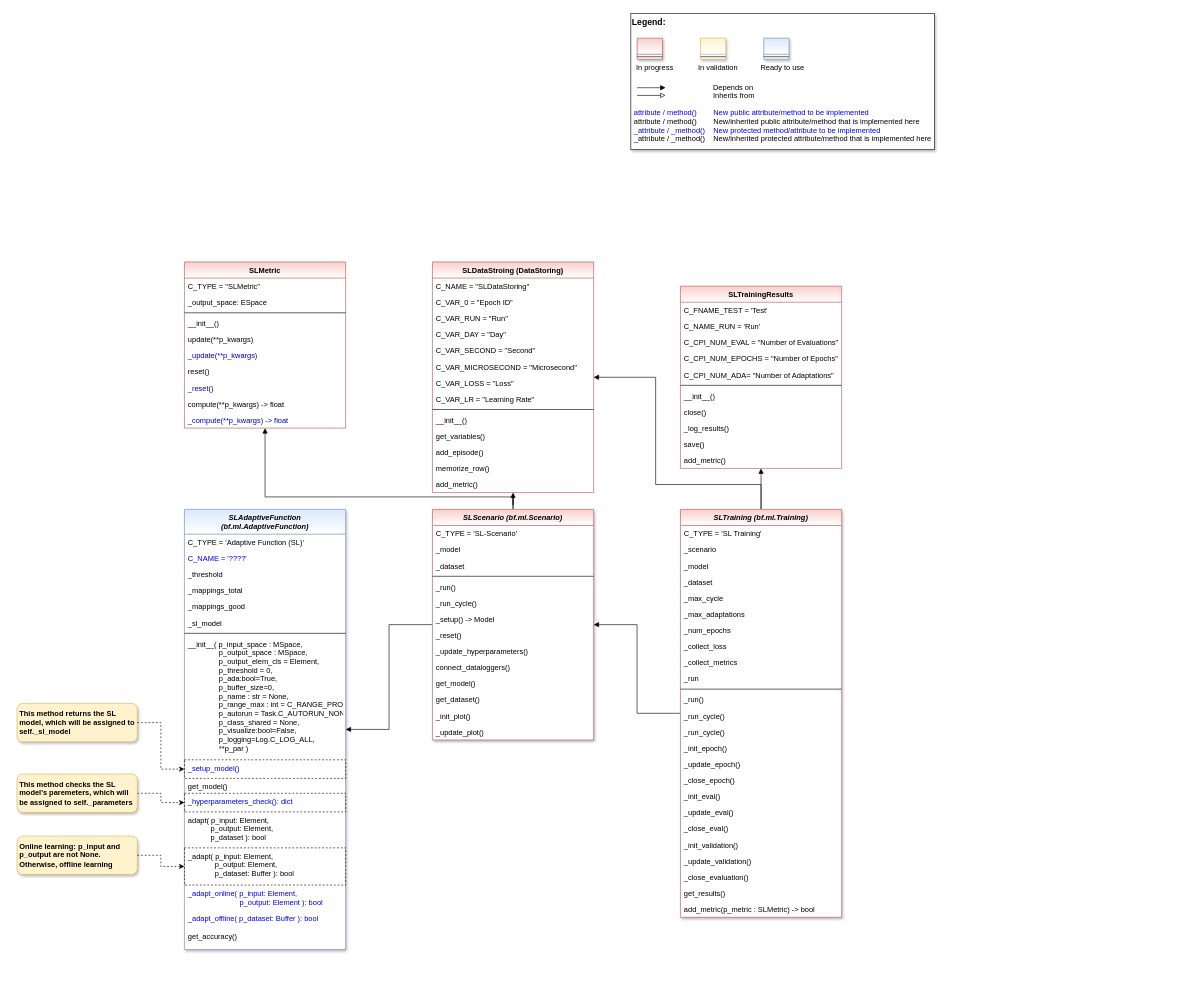
The draw.io diagram doc/rtd/content/04_appendices/appendix2/sub/core/mlpro_sl/images/MLPro-SL-Basics_class_diagram.drawio in fhswf/MLPro, before the edit. Source tidied: cells renumbered, new cells numbered last; positions are measured from the earlier drawing's top-left corner, leaving out a move shared by most shapes. Both pictures are drawn from the tidied source at 62%, with x=0, y=0 at pixel (17, 13).
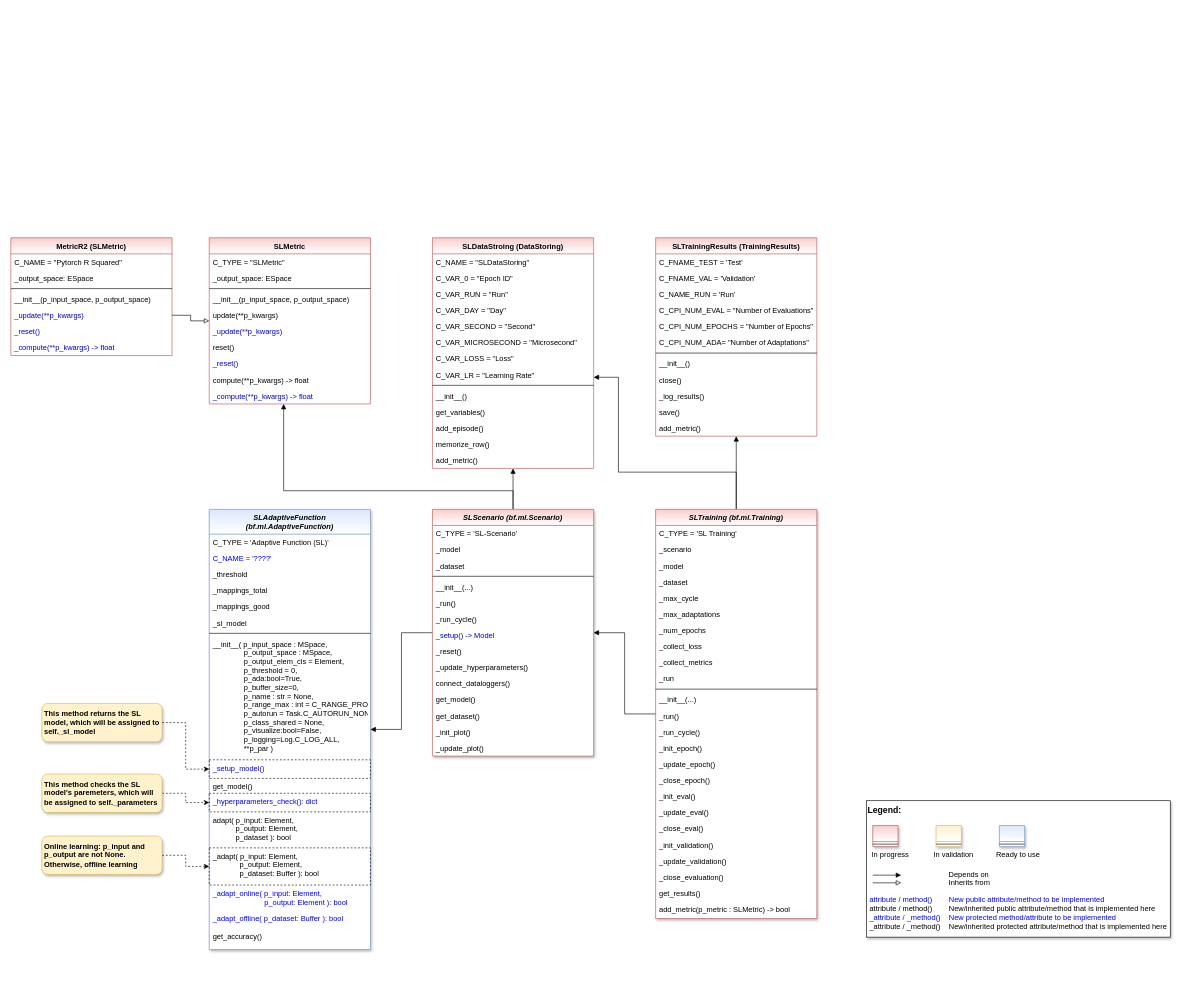
Above is the later version.

Diff of the diagram source:
```diff
@@
     <mxCell id="2" style="edgeStyle=orthogonalEdgeStyle;rounded=0;jettySize=auto;html=1;endArrow=block;endFill=1;" parent="1" edge="1" source="61" target="109">
       <mxGeometry relative="1" as="geometry">
         <Array as="points">
-          <mxPoint x="800" y="780" />
-          <mxPoint x="400" y="780" />
+          <mxPoint x="800" y="770" />
+          <mxPoint x="430" y="770" />
         </Array>
       </mxGeometry>
     </mxCell>
     <mxCell id="3" value="SLAdaptiveFunction &#10;(bf.ml.AdaptiveFunction)" style="swimlane;fontStyle=3;align=center;verticalAlign=top;horizontal=1;startSize=40;rounded=0;shadow=1;strokeWidth=1;fillColor=#dae8fc;strokeColor=#6c8ebf;gradientColor=#ffffff;swimlaneFillColor=#ffffff;" parent="1" vertex="1">
-      <mxGeometry x="270" y="800" width="260" height="710" as="geometry" />
+      <mxGeometry x="310" y="800" width="260" height="710" as="geometry" />
     </mxCell>
@@
     <mxCell id="22" style="edgeStyle=orthogonalEdgeStyle;rounded=0;jettySize=auto;html=1;endArrow=block;endFill=1;" parent="1" edge="1" source="23" target="94">
       <mxGeometry relative="1" as="geometry">
         <Array as="points">
-          <mxPoint x="1200" y="760" />
-          <mxPoint x="1030" y="760" />
-          <mxPoint x="1030" y="587" />
+          <mxPoint x="1160" y="740" />
+          <mxPoint x="970" y="740" />
+          <mxPoint x="970" y="587" />
         </Array>
       </mxGeometry>
     </mxCell>
     <mxCell id="23" value="SLTraining (bf.ml.Training)" style="swimlane;fontStyle=3;align=center;verticalAlign=top;horizontal=1;startSize=26;rounded=0;shadow=1;strokeWidth=1;fillColor=#f8cecc;strokeColor=#b85450;swimlaneFillColor=#ffffff;gradientColor=#ffffff;" parent="1" vertex="1">
-      <mxGeometry x="1070" y="800" width="260" height="658" as="geometry" />
+      <mxGeometry x="1030" y="800" width="260" height="660" as="geometry" />
     </mxCell>
@@
+    <mxCell id="120" value="__init__(...)" style="text;align=left;verticalAlign=top;spacingLeft=4;spacingRight=4;overflow=hidden;" parent="23" vertex="1">
+      <mxGeometry y="294" width="260" height="26" as="geometry" />
+    </mxCell>
     <mxCell id="35" value="_run()" style="text;align=left;verticalAlign=top;spacingLeft=4;spacingRight=4;overflow=hidden;" parent="23" vertex="1">
-      <mxGeometry y="294" width="260" height="26" as="geometry" />
+      <mxGeometry y="320" width="260" height="26" as="geometry" />
     </mxCell>
     <mxCell id="36" value="_run_cycle()" style="text;align=left;verticalAlign=top;spacingLeft=4;spacingRight=4;overflow=hidden;" parent="23" vertex="1">
-      <mxGeometry y="320" width="260" height="26" as="geometry" />
+      <mxGeometry y="346" width="260" height="26" as="geometry" />
     </mxCell>
-    <mxCell id="37" value="_run_cycle()" style="text;align=left;verticalAlign=top;spacingLeft=4;spacingRight=4;overflow=hidden;" parent="23" vertex="1">
-      <mxGeometry y="346" width="260" height="26" as="geometry" />
-    </mxCell>
@@
     <mxCell id="49" style="group;" parent="1" vertex="1">
-      <mxGeometry x="990" width="490" height="220" as="geometry" />
+      <mxGeometry x="1370" y="1270" width="490" height="220" as="geometry" />
     </mxCell>
@@
     <mxCell id="61" value="SLScenario (bf.ml.Scenario)" style="swimlane;fontStyle=3;align=center;verticalAlign=top;horizontal=1;startSize=26;rounded=0;shadow=1;strokeWidth=1;fillColor=#f8cecc;strokeColor=#b85450;swimlaneFillColor=#ffffff;gradientColor=#ffffff;" parent="1" vertex="1">
-      <mxGeometry x="670" y="800" width="260" height="372" as="geometry" />
+      <mxGeometry x="670" y="800" width="260" height="398" as="geometry" />
     </mxCell>
@@
+    <mxCell id="121" value="__init__(...)" style="text;align=left;verticalAlign=top;spacingLeft=4;spacingRight=4;overflow=hidden;" parent="61" vertex="1">
+      <mxGeometry y="112" width="260" height="26" as="geometry" />
+    </mxCell>
     <mxCell id="66" value="_run()" style="text;align=left;verticalAlign=top;spacingLeft=4;spacingRight=4;overflow=hidden;" parent="61" vertex="1">
-      <mxGeometry y="112" width="260" height="26" as="geometry" />
+      <mxGeometry y="138" width="260" height="26" as="geometry" />
     </mxCell>
     <mxCell id="67" value="_run_cycle()" style="text;align=left;verticalAlign=top;spacingLeft=4;spacingRight=4;overflow=hidden;" parent="61" vertex="1">
-      <mxGeometry y="138" width="260" height="26" as="geometry" />
+      <mxGeometry y="164" width="260" height="26" as="geometry" />
     </mxCell>
-    <mxCell id="68" value="_setup() -&gt; Model" style="text;align=left;verticalAlign=top;spacingLeft=4;spacingRight=4;overflow=hidden;" parent="61" vertex="1">
-      <mxGeometry y="164" width="260" height="26" as="geometry" />
+    <mxCell id="68" value="_setup() -&gt; Model" style="text;align=left;verticalAlign=top;spacingLeft=4;spacingRight=4;overflow=hidden;fontColor=#0000CC;" parent="61" vertex="1">
+      <mxGeometry y="190" width="260" height="26" as="geometry" />
     </mxCell>
     <mxCell id="69" value="_reset()" style="text;align=left;verticalAlign=top;spacingLeft=4;spacingRight=4;overflow=hidden;" parent="61" vertex="1">
-      <mxGeometry y="190" width="260" height="26" as="geometry" />
+      <mxGeometry y="216" width="260" height="26" as="geometry" />
     </mxCell>
     <mxCell id="70" value="_update_hyperparameters()" style="text;align=left;verticalAlign=top;spacingLeft=4;spacingRight=4;overflow=hidden;" parent="61" vertex="1">
-      <mxGeometry y="216" width="260" height="26" as="geometry" />
+      <mxGeometry y="242" width="260" height="26" as="geometry" />
     </mxCell>
     <mxCell id="71" value="connect_dataloggers()" style="text;align=left;verticalAlign=top;spacingLeft=4;spacingRight=4;overflow=hidden;" parent="61" vertex="1">
-      <mxGeometry y="242" width="260" height="26" as="geometry" />
+      <mxGeometry y="268" width="260" height="26" as="geometry" />
     </mxCell>
     <mxCell id="72" value="get_model()" style="text;align=left;verticalAlign=top;spacingLeft=4;spacingRight=4;overflow=hidden;" parent="61" vertex="1">
-      <mxGeometry y="268" width="260" height="26" as="geometry" />
+      <mxGeometry y="294" width="260" height="26" as="geometry" />
     </mxCell>
     <mxCell id="73" value="get_dataset()" style="text;align=left;verticalAlign=top;spacingLeft=4;spacingRight=4;overflow=hidden;" parent="61" vertex="1">
-      <mxGeometry y="294" width="260" height="26" as="geometry" />
+      <mxGeometry y="320" width="260" height="26" as="geometry" />
     </mxCell>
     <mxCell id="74" value="_init_plot()" style="text;align=left;verticalAlign=top;spacingLeft=4;spacingRight=4;overflow=hidden;" parent="61" vertex="1">
-      <mxGeometry y="320" width="260" height="26" as="geometry" />
+      <mxGeometry y="346" width="260" height="26" as="geometry" />
     </mxCell>
     <mxCell id="75" value="_update_plot()" style="text;align=left;verticalAlign=top;spacingLeft=4;spacingRight=4;overflow=hidden;" parent="61" vertex="1">
-      <mxGeometry y="346" width="260" height="26" as="geometry" />
+      <mxGeometry y="372" width="260" height="26" as="geometry" />
     </mxCell>
     <mxCell id="76" value="This method returns the SL model, which will be assigned to self._sl_model" style="rounded=1;whiteSpace=wrap;html=1;fillColor=#fff2cc;strokeColor=#d6b656;shadow=1;fontStyle=1;align=left;spacingLeft=2;" parent="1" vertex="1">
-      <mxGeometry y="1113" width="194" height="62" as="geometry" />
+      <mxGeometry x="40" y="1113" width="194" height="62" as="geometry" />
     </mxCell>
@@
     <mxCell id="78" value="Online learning: p_input and p_output are not None.&lt;br&gt;Otherwise, offline learning" style="rounded=1;whiteSpace=wrap;html=1;fillColor=#fff2cc;strokeColor=#d6b656;shadow=1;fontStyle=1;align=left;spacingLeft=2;" parent="1" vertex="1">
-      <mxGeometry y="1327" width="194" height="62" as="geometry" />
+      <mxGeometry x="40" y="1327" width="194" height="62" as="geometry" />
     </mxCell>
@@
     <mxCell id="81" value="This method checks the SL model's paremeters, which will be assigned to self._parameters" style="rounded=1;whiteSpace=wrap;html=1;fillColor=#fff2cc;strokeColor=#d6b656;shadow=1;fontStyle=1;align=left;spacingLeft=2;" parent="1" vertex="1">
-      <mxGeometry y="1227" width="194" height="62" as="geometry" />
+      <mxGeometry x="40" y="1227" width="194" height="62" as="geometry" />
     </mxCell>
-    <mxCell id="82" value="SLTrainingResults" style="swimlane;fontStyle=1;align=center;verticalAlign=top;horizontal=1;startSize=26;fillColor=#f8cecc;strokeColor=#b85450;gradientColor=#FFFFFF;" parent="1" vertex="1">
-      <mxGeometry x="1070" y="440" width="260" height="294" as="geometry" />
+    <mxCell id="82" value="SLTrainingResults (TrainingResults)" style="swimlane;fontStyle=1;align=center;verticalAlign=top;horizontal=1;startSize=26;fillColor=#f8cecc;strokeColor=#b85450;gradientColor=#FFFFFF;swimlaneFillColor=default;" parent="1" vertex="1">
+      <mxGeometry x="1030" y="362" width="260" height="320" as="geometry" />
     </mxCell>
@@
+    <mxCell id="122" value="C_FNAME_VAL = 'Validation'" style="text;strokeColor=none;fillColor=none;align=left;verticalAlign=top;spacingLeft=4;spacingRight=4;overflow=hidden;" parent="82" vertex="1">
+      <mxGeometry y="52" width="260" height="26" as="geometry" />
+    </mxCell>
     <mxCell id="84" value="C_NAME_RUN = 'Run'" style="text;strokeColor=none;fillColor=none;align=left;verticalAlign=top;spacingLeft=4;spacingRight=4;overflow=hidden;" parent="82" vertex="1">
-      <mxGeometry y="52" width="260" height="26" as="geometry" />
+      <mxGeometry y="78" width="260" height="26" as="geometry" />
     </mxCell>
     <mxCell id="85" value="C_CPI_NUM_EVAL = &quot;Number of Evaluations&quot;" style="text;strokeColor=none;fillColor=none;align=left;verticalAlign=top;spacingLeft=4;spacingRight=4;overflow=hidden;" parent="82" vertex="1">
-      <mxGeometry y="78" width="260" height="26" as="geometry" />
+      <mxGeometry y="104" width="260" height="26" as="geometry" />
     </mxCell>
     <mxCell id="86" value="C_CPI_NUM_EPOCHS = &quot;Number of Epochs&quot;" style="text;strokeColor=none;fillColor=none;align=left;verticalAlign=top;spacingLeft=4;spacingRight=4;overflow=hidden;" parent="82" vertex="1">
-      <mxGeometry y="104" width="260" height="26" as="geometry" />
+      <mxGeometry y="130" width="260" height="26" as="geometry" />
     </mxCell>
     <mxCell id="87" value="C_CPI_NUM_ADA= &quot;Number of Adaptations&quot;" style="text;strokeColor=none;fillColor=none;align=left;verticalAlign=top;spacingLeft=4;spacingRight=4;overflow=hidden;" parent="82" vertex="1">
-      <mxGeometry y="130" width="260" height="26" as="geometry" />
+      <mxGeometry y="156" width="260" height="26" as="geometry" />
     </mxCell>
     <mxCell id="88" style="line;strokeWidth=1;fillColor=none;align=left;verticalAlign=middle;spacingTop=-1;spacingLeft=3;spacingRight=3;labelPosition=right;" parent="82" vertex="1">
-      <mxGeometry y="156" width="260" height="8" as="geometry" />
+      <mxGeometry y="182" width="260" height="8" as="geometry" />
     </mxCell>
     <mxCell id="89" value="__init__()" style="text;strokeColor=none;fillColor=none;align=left;verticalAlign=top;spacingLeft=4;spacingRight=4;overflow=hidden;" parent="82" vertex="1">
-      <mxGeometry y="164" width="260" height="26" as="geometry" />
+      <mxGeometry y="190" width="260" height="26" as="geometry" />
     </mxCell>
     <mxCell id="90" value="close()" style="text;strokeColor=none;fillColor=none;align=left;verticalAlign=top;spacingLeft=4;spacingRight=4;overflow=hidden;" parent="82" vertex="1">
-      <mxGeometry y="190" width="260" height="26" as="geometry" />
+      <mxGeometry y="216" width="260" height="26" as="geometry" />
     </mxCell>
     <mxCell id="91" value="_log_results()" style="text;strokeColor=none;fillColor=none;align=left;verticalAlign=top;spacingLeft=4;spacingRight=4;overflow=hidden;" parent="82" vertex="1">
-      <mxGeometry y="216" width="260" height="26" as="geometry" />
+      <mxGeometry y="242" width="260" height="26" as="geometry" />
     </mxCell>
     <mxCell id="92" value="save()" style="text;strokeColor=none;fillColor=none;align=left;verticalAlign=top;spacingLeft=4;spacingRight=4;overflow=hidden;" parent="82" vertex="1">
-      <mxGeometry y="242" width="260" height="26" as="geometry" />
+      <mxGeometry y="268" width="260" height="26" as="geometry" />
     </mxCell>
     <mxCell id="93" value="add_metric()" style="text;strokeColor=none;fillColor=none;align=left;verticalAlign=top;spacingLeft=4;spacingRight=4;overflow=hidden;" parent="82" vertex="1">
-      <mxGeometry y="268" width="260" height="26" as="geometry" />
+      <mxGeometry y="294" width="260" height="26" as="geometry" />
     </mxCell>
     <mxCell id="94" value="SLDataStroing (DataStoring)" style="swimlane;fontStyle=1;align=center;verticalAlign=top;horizontal=1;startSize=26;fillColor=#f8cecc;strokeColor=#b85450;gradientColor=#FFFFFF;swimlaneFillColor=default;" parent="1" vertex="1">
-      <mxGeometry x="670" y="401" width="260" height="372" as="geometry" />
+      <mxGeometry x="670" y="362" width="260" height="372" as="geometry" />
     </mxCell>
@@
-    <mxCell id="109" value="SLMetric" style="swimlane;fontStyle=1;align=center;verticalAlign=top;horizontal=1;startSize=26;fillColor=#f8cecc;strokeColor=#b85450;gradientColor=#FFFFFF;" parent="1" vertex="1">
-      <mxGeometry x="270" y="401" width="260" height="268" as="geometry" />
+    <mxCell id="109" value="SLMetric" style="swimlane;fontStyle=1;align=center;verticalAlign=top;horizontal=1;startSize=26;fillColor=#f8cecc;strokeColor=#b85450;gradientColor=#FFFFFF;swimlaneFillColor=default;" parent="1" vertex="1">
+      <mxGeometry x="310" y="362" width="260" height="268" as="geometry" />
     </mxCell>
@@
-    <mxCell id="113" value="__init__()" style="text;strokeColor=none;fillColor=none;align=left;verticalAlign=top;spacingLeft=4;spacingRight=4;overflow=hidden;" parent="109" vertex="1">
+    <mxCell id="113" value="__init__(p_input_space, p_output_space)" style="text;strokeColor=none;fillColor=none;align=left;verticalAlign=top;spacingLeft=4;spacingRight=4;overflow=hidden;" parent="109" vertex="1">
       <mxGeometry y="86" width="260" height="26" as="geometry" />
     </mxCell>
@@
+    <mxCell id="123" value="MetricR2 (SLMetric)" style="swimlane;fontStyle=1;align=center;verticalAlign=top;horizontal=1;startSize=26;fillColor=#f8cecc;strokeColor=#b85450;gradientColor=#FFFFFF;swimlaneFillColor=default;" parent="1" vertex="1">
+      <mxGeometry x="-10" y="362" width="260" height="190" as="geometry" />
+    </mxCell>
+    <mxCell id="124" value="C_NAME = &quot;Pytorch R Squared&quot;" style="text;strokeColor=none;fillColor=none;align=left;verticalAlign=top;spacingLeft=4;spacingRight=4;overflow=hidden;" parent="123" vertex="1">
+      <mxGeometry y="26" width="260" height="26" as="geometry" />
+    </mxCell>
+    <mxCell id="125" value="_output_space: ESpace" style="text;strokeColor=none;fillColor=none;align=left;verticalAlign=top;spacingLeft=4;spacingRight=4;overflow=hidden;" parent="123" vertex="1">
+      <mxGeometry y="52" width="260" height="26" as="geometry" />
+    </mxCell>
+    <mxCell id="126" style="line;strokeWidth=1;fillColor=none;align=left;verticalAlign=middle;spacingTop=-1;spacingLeft=3;spacingRight=3;labelPosition=right;" parent="123" vertex="1">
+      <mxGeometry y="78" width="260" height="8" as="geometry" />
+    </mxCell>
+    <mxCell id="127" value="__init__(p_input_space, p_output_space)" style="text;strokeColor=none;fillColor=none;align=left;verticalAlign=top;spacingLeft=4;spacingRight=4;overflow=hidden;" parent="123" vertex="1">
+      <mxGeometry y="86" width="260" height="26" as="geometry" />
+    </mxCell>
+    <mxCell id="128" value="_update(**p_kwargs)" style="text;strokeColor=none;fillColor=none;align=left;verticalAlign=top;spacingLeft=4;spacingRight=4;overflow=hidden;points=[[0,0.5],[1,0.5]];portConstraint=eastwest;fontColor=#0000CC;" parent="123" vertex="1">
+      <mxGeometry y="112" width="260" height="26" as="geometry" />
+    </mxCell>
+    <mxCell id="129" value="_reset()" style="text;strokeColor=none;fillColor=none;align=left;verticalAlign=top;spacingLeft=4;spacingRight=4;overflow=hidden;fontColor=#0000CC;" parent="123" vertex="1">
+      <mxGeometry y="138" width="260" height="26" as="geometry" />
+    </mxCell>
+    <mxCell id="130" value="_compute(**p_kwargs) -&gt; float" style="text;strokeColor=none;fillColor=none;align=left;verticalAlign=top;spacingLeft=4;spacingRight=4;overflow=hidden;fontColor=#0000CC;" parent="123" vertex="1">
+      <mxGeometry y="164" width="260" height="26" as="geometry" />
+    </mxCell>
+    <mxCell id="131" style="edgeStyle=orthogonalEdgeStyle;rounded=0;jettySize=auto;html=1;fontColor=#0000CC;endArrow=block;endFill=0;" parent="1" edge="1" source="128" target="109">
+      <mxGeometry relative="1" as="geometry" />
+    </mxCell>
```
